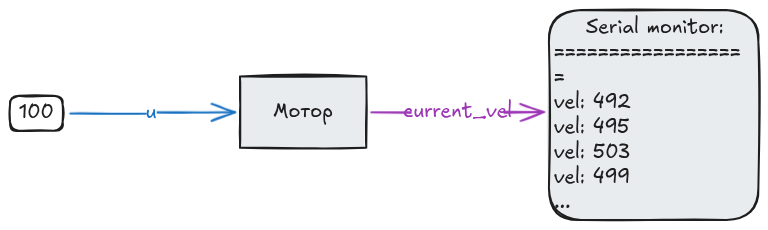
Above: dc_motor_tuning/test_motor_simplified.excalidraw.png in arsenier/arsenier.github.io (Excalidraw), before the change. Source tidied: one line per element, renumbered; positions are measured from the earlier drawing's top-left corner, leaving out a move shared by most shapes. The source it was exported from:
```json
{"id": 0, "type": "rectangle", "strokeColor": "#1e1e1e", "backgroundColor": "#e9ecef", "fillStyle": "solid", "strokeWidth": 2, "roughness": 1, "x": 230, "y": 66, "width": 126, "height": 71}
{"id": 1, "type": "text", "text": "Мотор", "strokeColor": "#1e1e1e", "strokeWidth": 2, "roughness": 1, "fontSize": 20, "fontFamily": 5, "textAlign": "center", "verticalAlign": "middle", "inside": 0, "x": 265, "y": 90, "width": 55, "height": 25}
{"id": 2, "type": "arrow", "strokeColor": "#1971c2", "strokeWidth": 2, "roughness": 1, "endArrowhead": "arrow", "from": 4, "to": 0, "x": 60, "y": 103, "width": 165, "height": 1, "points": [[0, 0], [81, 0], [81, -1], [165, -1]]}
{"id": 3, "type": "text", "text": "u", "strokeColor": "#1971c2", "strokeWidth": 2, "roughness": 1, "fontSize": 20, "fontFamily": 5, "textAlign": "center", "verticalAlign": "middle", "inside": 2, "x": 136, "y": 90, "width": 10, "height": 25}
{"id": 4, "type": "rectangle", "strokeColor": "#1e1e1e", "strokeWidth": 2, "roughness": 1, "round": true, "x": 0, "y": 86, "width": 53, "height": 35}
{"id": 5, "type": "text", "text": "100", "strokeColor": "#1e1e1e", "strokeWidth": 2, "roughness": 1, "fontSize": 20, "fontFamily": 5, "textAlign": "center", "verticalAlign": "middle", "inside": 4, "x": 11, "y": 91, "width": 30, "height": 25}
{"id": 6, "type": "rectangle", "strokeColor": "#1e1e1e", "backgroundColor": "#e9ecef", "fillStyle": "solid", "strokeWidth": 2, "roughness": 1, "round": true, "x": 539, "y": 0, "width": 209, "height": 210}
{"id": 7, "type": "text", "text": "    Serial monitor:\n=================\n=\nvel: 492\nvel: 495\nvel: 503\nvel: 499\n...", "strokeColor": "#1e1e1e", "backgroundColor": "#e9ecef", "fillStyle": "solid", "strokeWidth": 2, "roughness": 1, "fontSize": 20, "fontFamily": 5, "inside": 6, "x": 544, "y": 5, "width": 192, "height": 200}
{"id": 8, "type": "arrow", "strokeColor": "#9c36b5", "backgroundColor": "#e9ecef", "fillStyle": "solid", "strokeWidth": 2, "roughness": 1, "endArrowhead": "arrow", "from": 0, "to": 6, "x": 361, "y": 102, "width": 173, "height": 0, "points": [[0, 0], [173, 0]]}
{"id": 9, "type": "text", "text": "current_vel", "strokeColor": "#9c36b5", "backgroundColor": "#e9ecef", "fillStyle": "solid", "strokeWidth": 2, "roughness": 1, "fontSize": 20, "fontFamily": 5, "textAlign": "center", "verticalAlign": "middle", "inside": 8, "x": 402, "y": 89, "width": 91, "height": 25}
```
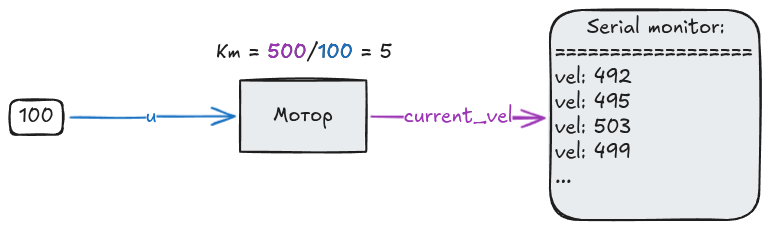
Later version of the same file.

What changed in the source:
```diff
@@ -4,7 +4,10 @@
 {"id": 3, "type": "text", "text": "u", "strokeColor": "#1971c2", "strokeWidth": 2, "roughness": 1, "fontSize": 20, "fontFamily": 5, "textAlign": "center", "verticalAlign": "middle", "inside": 2, "x": 136, "y": 90, "width": 10, "height": 25}
 {"id": 4, "type": "rectangle", "strokeColor": "#1e1e1e", "strokeWidth": 2, "roughness": 1, "round": true, "x": 0, "y": 86, "width": 53, "height": 35}
 {"id": 5, "type": "text", "text": "100", "strokeColor": "#1e1e1e", "strokeWidth": 2, "roughness": 1, "fontSize": 20, "fontFamily": 5, "textAlign": "center", "verticalAlign": "middle", "inside": 4, "x": 11, "y": 91, "width": 30, "height": 25}
-{"id": 6, "type": "rectangle", "strokeColor": "#1e1e1e", "backgroundColor": "#e9ecef", "fillStyle": "solid", "strokeWidth": 2, "roughness": 1, "round": true, "x": 539, "y": 0, "width": 209, "height": 210}
+{"id": 6, "type": "rectangle", "strokeColor": "#1e1e1e", "backgroundColor": "#e9ecef", "fillStyle": "solid", "strokeWidth": 2, "roughness": 1, "round": true, "x": 540, "y": -4, "width": 209, "height": 210}
-{"id": 7, "type": "text", "text": "    Serial monitor:\n=================\n=\nvel: 492\nvel: 495\nvel: 503\nvel: 499\n...", "strokeColor": "#1e1e1e", "backgroundColor": "#e9ecef", "fillStyle": "solid", "strokeWidth": 2, "roughness": 1, "fontSize": 20, "fontFamily": 5, "inside": 6, "x": 544, "y": 5, "width": 192, "height": 200}
+{"id": 7, "type": "text", "text": "    Serial monitor:\n==================\nvel: 492\nvel: 495\nvel: 503\nvel: 499\n...", "strokeColor": "#1e1e1e", "backgroundColor": "#e9ecef", "fillStyle": "solid", "strokeWidth": 2, "roughness": 1, "fontSize": 20, "fontFamily": 5, "inside": 6, "x": 545, "y": 1, "width": 198, "height": 175}
-{"id": 8, "type": "arrow", "strokeColor": "#9c36b5", "backgroundColor": "#e9ecef", "fillStyle": "solid", "strokeWidth": 2, "roughness": 1, "endArrowhead": "arrow", "from": 0, "to": 6, "x": 361, "y": 102, "width": 173, "height": 0, "points": [[0, 0], [173, 0]]}
+{"id": 8, "type": "arrow", "strokeColor": "#9c36b5", "backgroundColor": "#e9ecef", "fillStyle": "solid", "strokeWidth": 2, "roughness": 1, "endArrowhead": "arrow", "from": 0, "to": 6, "x": 361, "y": 102, "width": 174, "height": 1, "points": [[0, 0], [87, 0], [87, 1], [174, 1]]}
-{"id": 9, "type": "text", "text": "current_vel", "strokeColor": "#9c36b5", "backgroundColor": "#e9ecef", "fillStyle": "solid", "strokeWidth": 2, "roughness": 1, "fontSize": 20, "fontFamily": 5, "textAlign": "center", "verticalAlign": "middle", "inside": 8, "x": 402, "y": 89, "width": 91, "height": 25}
+{"id": 9, "type": "text", "text": "current_vel", "strokeColor": "#9c36b5", "backgroundColor": "#e9ecef", "fillStyle": "solid", "strokeWidth": 2, "roughness": 1, "fontSize": 20, "fontFamily": 5, "textAlign": "center", "verticalAlign": "middle", "inside": 8, "x": 402, "y": 89, "width": 109, "height": 25}
+{"id": 10, "type": "text", "text": "Km = 500/100 = 5", "strokeColor": "#1e1e1e", "backgroundColor": "#e9ecef", "fillStyle": "solid", "strokeWidth": 2, "roughness": 1, "fontSize": 20, "fontFamily": 5, "x": 206, "y": 26, "width": 177, "height": 25}
+{"id": 11, "type": "text", "text": "100", "strokeColor": "#1971c2", "backgroundColor": "#e9ecef", "fillStyle": "solid", "strokeWidth": 2, "roughness": 1, "fontSize": 20, "fontFamily": 5, "x": 308, "y": 26, "width": 35, "height": 25}
+{"id": 12, "type": "text", "text": "500", "strokeColor": "#9c36b5", "backgroundColor": "#e9ecef", "fillStyle": "solid", "strokeWidth": 2, "roughness": 1, "fontSize": 20, "fontFamily": 5, "x": 258, "y": 26, "width": 39, "height": 25}
```
